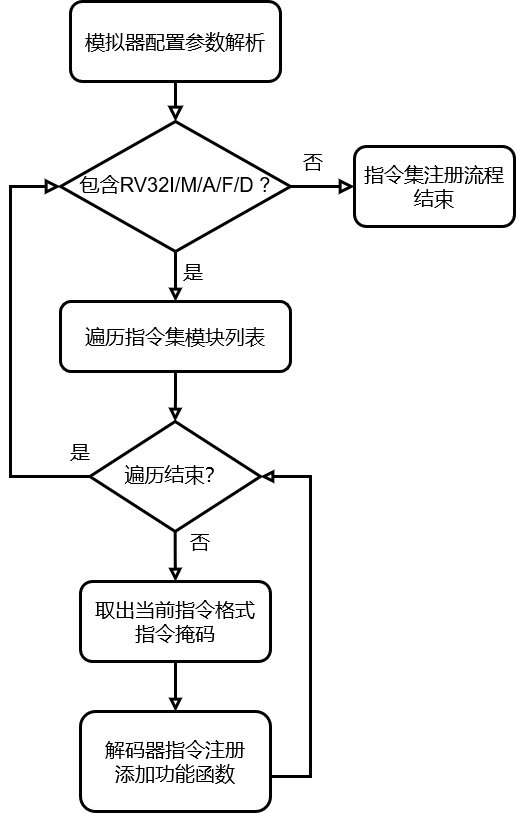
Earlier version of the draw.io export latex/paper/figures/decode-process.png (toughpig/paper). Source tidied: cells renumbered, new cells last; positions are measured from the earlier drawing's top-left corner, leaving out a move shared by most shapes.
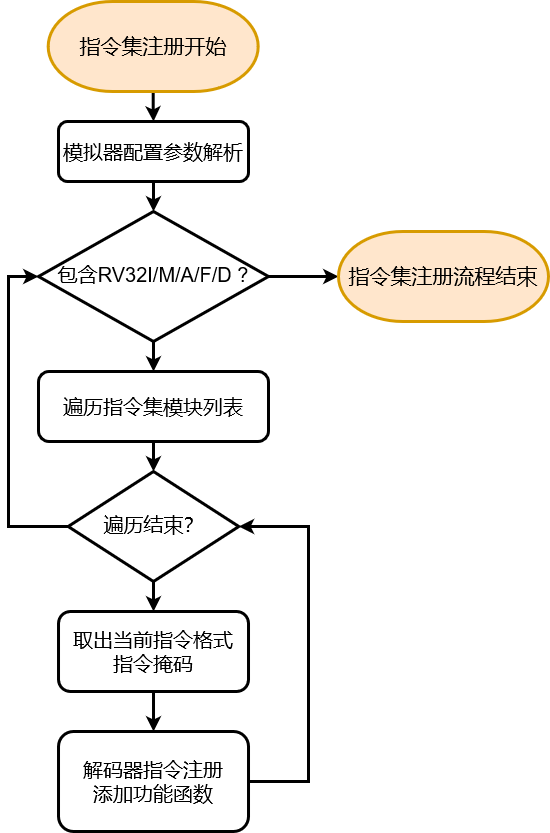
Above is the later version.

The edit, as a diff of the source:
```diff
@@ -2,74 +2,66 @@
   <root>
     <mxCell id="0" />
     <mxCell id="1" parent="0" />
-    <mxCell id="2" style="rounded=0;html=1;jettySize=auto;fontSize=20;endArrow=block;endFill=0;endSize=8;strokeWidth=3;shadow=0;labelBackgroundColor=none;edgeStyle=orthogonalEdgeStyle;" parent="1" edge="1" source="3" target="6">
+    <mxCell id="2" style="edgeStyle=orthogonalEdgeStyle;rounded=0;jettySize=auto;html=1;entryX=0.5;entryY=0;entryDx=0;entryDy=0;fontSize=21;strokeWidth=3;" parent="1" edge="1" source="3" target="6">
       <mxGeometry relative="1" as="geometry" />
     </mxCell>
     <mxCell id="3" value="模拟器配置参数解析" style="rounded=1;whiteSpace=wrap;html=1;fontSize=20;glass=0;strokeWidth=3;shadow=0;" parent="1" vertex="1">
-      <mxGeometry x="60" width="210" height="80" as="geometry" />
+      <mxGeometry x="70" y="20" width="190" height="60" as="geometry" />
     </mxCell>
+    <mxCell id="5" style="edgeStyle=orthogonalEdgeStyle;rounded=0;jettySize=auto;html=1;entryX=0.5;entryY=0;entryDx=0;entryDy=0;fontSize=21;strokeWidth=3;" parent="1" edge="1" source="6" target="14">
+      <mxGeometry relative="1" as="geometry" />
+    </mxCell>
-    <mxCell id="4" style="edgeStyle=orthogonalEdgeStyle;rounded=0;html=1;jettySize=auto;fontSize=20;endArrow=block;endFill=0;endSize=8;strokeWidth=3;shadow=0;labelBackgroundColor=none;" parent="1" edge="1" source="6" target="7">
-      <mxGeometry y="10" relative="1" as="geometry" />
+    <mxCell id="4" style="edgeStyle=orthogonalEdgeStyle;rounded=0;jettySize=auto;html=1;entryX=0;entryY=0.5;entryDx=0;entryDy=0;entryPerimeter=0;fontSize=21;strokeWidth=3;" parent="1" edge="1" source="6" target="7">
+      <mxGeometry relative="1" as="geometry" />
     </mxCell>
-    <mxCell id="5" style="edgeStyle=orthogonalEdgeStyle;rounded=0;jettySize=auto;html=1;entryX=0.5;entryY=0;entryDx=0;entryDy=0;endArrow=block;endFill=0;strokeWidth=3;fontSize=20;" parent="1" edge="1" source="6" target="14">
-      <mxGeometry relative="1" as="geometry" />
-    </mxCell>
     <mxCell id="6" value="包含RV32I/M/A/F/D ?" style="rhombus;whiteSpace=wrap;html=1;shadow=0;fontFamily=Helvetica;fontSize=20;align=center;strokeWidth=3;spacing=6;spacingTop=-4;" parent="1" vertex="1">
-      <mxGeometry x="50" y="120" width="230" height="130" as="geometry" />
+      <mxGeometry x="50" y="110" width="230" height="130" as="geometry" />
     </mxCell>
-    <mxCell id="7" value="指令集注册流程结束" style="rounded=1;whiteSpace=wrap;html=1;fontSize=20;glass=0;strokeWidth=3;shadow=0;" parent="1" vertex="1">
-      <mxGeometry x="344" y="145" width="160" height="80" as="geometry" />
-    </mxCell>
+    <mxCell id="9" style="edgeStyle=orthogonalEdgeStyle;rounded=0;jettySize=auto;html=1;entryX=0.5;entryY=0;entryDx=0;entryDy=0;fontSize=21;strokeWidth=3;" parent="1" edge="1" source="10" target="12">
+      <mxGeometry relative="1" as="geometry" />
+    </mxCell>
-    <mxCell id="8" style="edgeStyle=orthogonalEdgeStyle;rounded=0;html=1;jettySize=auto;fontSize=20;endArrow=block;endFill=0;endSize=8;strokeWidth=3;shadow=0;labelBackgroundColor=none;entryX=0;entryY=0.5;entryDx=0;entryDy=0;exitX=0;exitY=0.5;exitDx=0;exitDy=0;" parent="1" edge="1" source="10" target="6">
-      <mxGeometry y="10" relative="1" as="geometry">
+    <mxCell id="8" style="edgeStyle=orthogonalEdgeStyle;rounded=0;jettySize=auto;html=1;entryX=0;entryY=0.5;entryDx=0;entryDy=0;fontSize=21;strokeWidth=3;" parent="1" edge="1" source="10" target="6">
+      <mxGeometry relative="1" as="geometry">
         <Array as="points">
-          <mxPoint y="475" />
-          <mxPoint y="185" />
+          <mxPoint x="20" y="425" />
+          <mxPoint x="20" y="175" />
         </Array>
       </mxGeometry>
     </mxCell>
-    <mxCell id="9" style="edgeStyle=orthogonalEdgeStyle;rounded=0;jettySize=auto;html=1;entryX=0.5;entryY=0;entryDx=0;entryDy=0;strokeWidth=3;endArrow=block;endFill=0;" parent="1" edge="1" source="10" target="12">
-      <mxGeometry relative="1" as="geometry" />
-    </mxCell>
     <mxCell id="10" value="遍历结束？" style="rhombus;whiteSpace=wrap;html=1;shadow=0;fontFamily=Helvetica;fontSize=20;align=center;strokeWidth=3;spacing=6;spacingTop=-4;" parent="1" vertex="1">
-      <mxGeometry x="79.4" y="420" width="170.6" height="110" as="geometry" />
+      <mxGeometry x="79.7" y="370" width="170.6" height="110" as="geometry" />
     </mxCell>
-    <mxCell id="11" style="edgeStyle=orthogonalEdgeStyle;rounded=0;jettySize=auto;html=1;endArrow=block;endFill=0;strokeWidth=3;fontSize=20;" parent="1" edge="1" source="12">
-      <mxGeometry relative="1" as="geometry">
-        <mxPoint x="165" y="710" as="targetPoint" />
-      </mxGeometry>
-    </mxCell>
+    <mxCell id="21" style="edgeStyle=orthogonalEdgeStyle;rounded=0;jettySize=auto;html=1;entryX=0.5;entryY=0;entryDx=0;entryDy=0;fontSize=21;strokeWidth=3;" parent="1" edge="1" source="12" target="16">
+      <mxGeometry relative="1" as="geometry" />
+    </mxCell>
     <mxCell id="12" value="&lt;div&gt;取出当前指令格式&lt;/div&gt;&lt;div&gt;指令掩码&lt;/div&gt;" style="rounded=1;whiteSpace=wrap;html=1;fontSize=20;glass=0;strokeWidth=3;shadow=0;" parent="1" vertex="1">
-      <mxGeometry x="70" y="580" width="190" height="80" as="geometry" />
+      <mxGeometry x="70" y="510" width="190" height="80" as="geometry" />
     </mxCell>
-    <mxCell id="13" style="edgeStyle=orthogonalEdgeStyle;rounded=0;jettySize=auto;html=1;entryX=0.5;entryY=0;entryDx=0;entryDy=0;endArrow=block;endFill=0;strokeWidth=3;" parent="1" edge="1" source="14" target="10">
+    <mxCell id="13" style="edgeStyle=orthogonalEdgeStyle;rounded=0;jettySize=auto;html=1;entryX=0.5;entryY=0;entryDx=0;entryDy=0;fontSize=21;strokeWidth=3;" parent="1" edge="1" source="14" target="10">
       <mxGeometry relative="1" as="geometry" />
     </mxCell>
     <mxCell id="14" value="遍历指令集模块列表" style="rounded=1;whiteSpace=wrap;html=1;fontSize=20;glass=0;strokeWidth=3;shadow=0;" parent="1" vertex="1">
-      <mxGeometry x="50" y="300" width="230" height="70" as="geometry" />
+      <mxGeometry x="50" y="270" width="230" height="70" as="geometry" />
     </mxCell>
-    <mxCell id="15" style="edgeStyle=orthogonalEdgeStyle;rounded=0;jettySize=auto;html=1;entryX=1;entryY=0.5;entryDx=0;entryDy=0;endArrow=block;endFill=0;strokeWidth=3;" parent="1" edge="1" source="16" target="10">
+    <mxCell id="15" style="edgeStyle=orthogonalEdgeStyle;rounded=0;jettySize=auto;html=1;entryX=1;entryY=0.5;entryDx=0;entryDy=0;fontSize=21;strokeWidth=3;" parent="1" edge="1" source="16" target="10">
       <mxGeometry relative="1" as="geometry">
         <Array as="points">
-          <mxPoint x="300" y="775" />
-          <mxPoint x="300" y="475" />
+          <mxPoint x="320" y="680" />
+          <mxPoint x="320" y="425" />
         </Array>
       </mxGeometry>
     </mxCell>
     <mxCell id="16" value="&lt;div&gt;解码器指令注册&lt;/div&gt;&lt;div&gt;添加功能函数&lt;br&gt;&lt;/div&gt;" style="rounded=1;whiteSpace=wrap;html=1;fontSize=20;glass=0;strokeWidth=3;shadow=0;" parent="1" vertex="1">
-      <mxGeometry x="70" y="710" width="190" height="100" as="geometry" />
+      <mxGeometry x="70" y="630" width="190" height="100" as="geometry" />
     </mxCell>
-    <mxCell id="17" value="是" style="rounded=0;whiteSpace=wrap;html=1;fillOpacity=0;opacity=0;strokeWidth=3;fontSize=20;" parent="1" vertex="1">
-      <mxGeometry x="123.1" y="240" width="120" height="60" as="geometry" />
-    </mxCell>
-    <mxCell id="18" value="否" style="rounded=0;whiteSpace=wrap;html=1;fillOpacity=0;opacity=0;strokeWidth=3;fontSize=20;" parent="1" vertex="1">
-      <mxGeometry x="243.1" y="130" width="120" height="60" as="geometry" />
-    </mxCell>
-    <mxCell id="19" value="是" style="rounded=0;whiteSpace=wrap;html=1;fillOpacity=0;opacity=0;strokeWidth=3;fontSize=20;" parent="1" vertex="1">
-      <mxGeometry x="10" y="420" width="120" height="60" as="geometry" />
-    </mxCell>
-    <mxCell id="20" value="否" style="rounded=0;whiteSpace=wrap;html=1;fillOpacity=0;opacity=0;strokeWidth=3;fontSize=20;" parent="1" vertex="1">
-      <mxGeometry x="130" y="510" width="120" height="60" as="geometry" />
-    </mxCell>
+    <mxCell id="22" style="edgeStyle=orthogonalEdgeStyle;rounded=0;jettySize=auto;html=1;entryX=0.5;entryY=0;entryDx=0;entryDy=0;fontSize=21;strokeWidth=3;" parent="1" edge="1" source="23" target="3">
+      <mxGeometry relative="1" as="geometry" />
+    </mxCell>
+    <mxCell id="23" value="&lt;font style=&quot;font-size: 21px&quot;&gt;指令集注册开始&lt;/font&gt;" style="strokeWidth=3;html=1;shape=mxgraph.flowchart.terminator;whiteSpace=wrap;fillColor=#ffe6cc;strokeColor=#d79b00;" parent="1" vertex="1">
+      <mxGeometry x="59.7" y="-100" width="210" height="90" as="geometry" />
+    </mxCell>
+    <mxCell id="7" value="&lt;font style=&quot;font-size: 21px&quot;&gt;指令集注册流程结束&lt;/font&gt;" style="strokeWidth=3;html=1;shape=mxgraph.flowchart.terminator;whiteSpace=wrap;fillColor=#ffe6cc;strokeColor=#d79b00;" parent="1" vertex="1">
+      <mxGeometry x="350" y="130" width="210" height="90" as="geometry" />
+    </mxCell>
   </root>
 </mxGraphModel>
```
